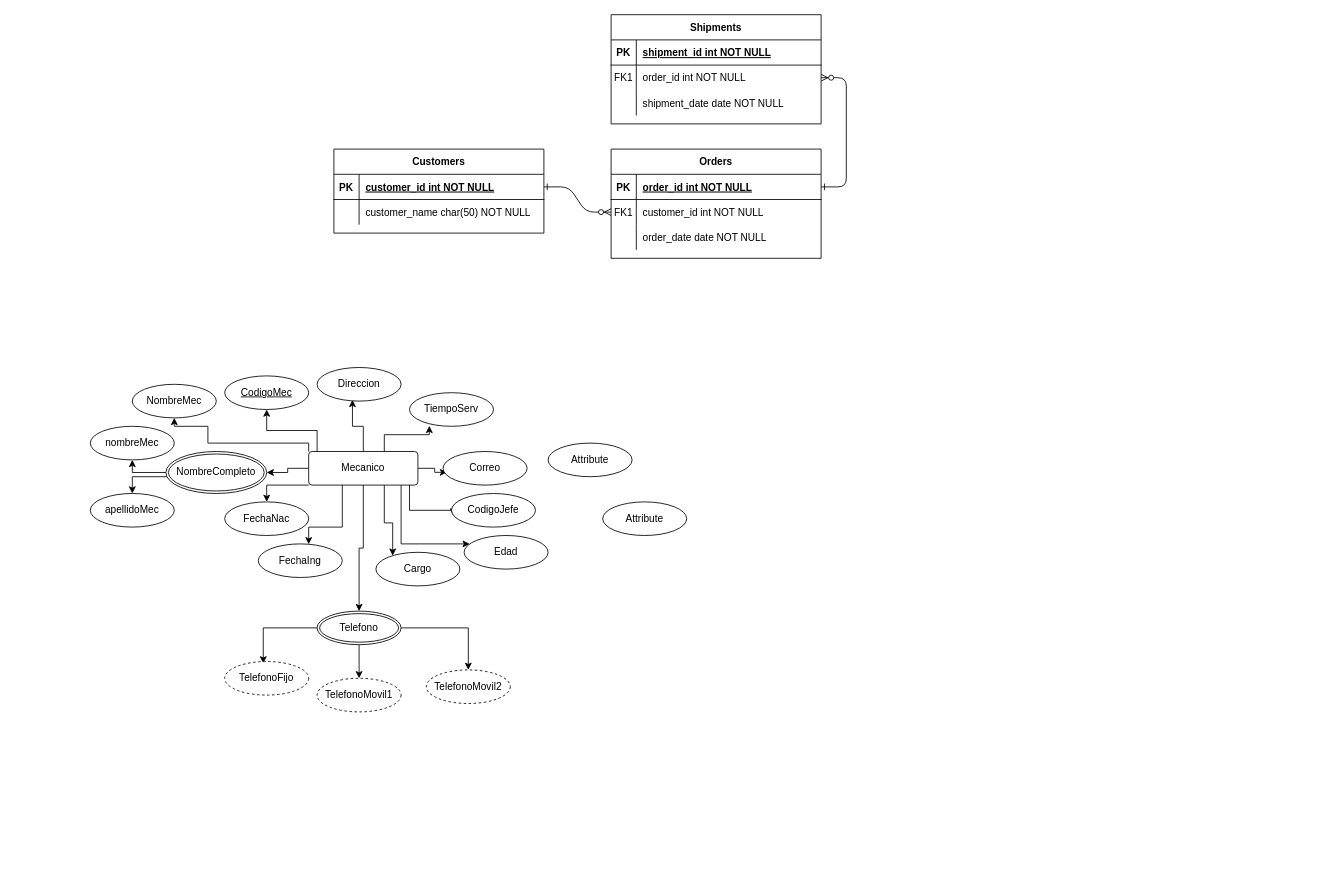
Earlier version of the draw.io diagram Diagrama sin título.drawio (grimapatroy/Repo-SQL). Source tidied: cells renumbered, new cells numbered last; positions are measured from the earlier drawing's top-left corner, leaving out a move shared by most shapes. Both pictures are drawn from the tidied source at 84%, with x=0, y=0 at pixel (90, 14).
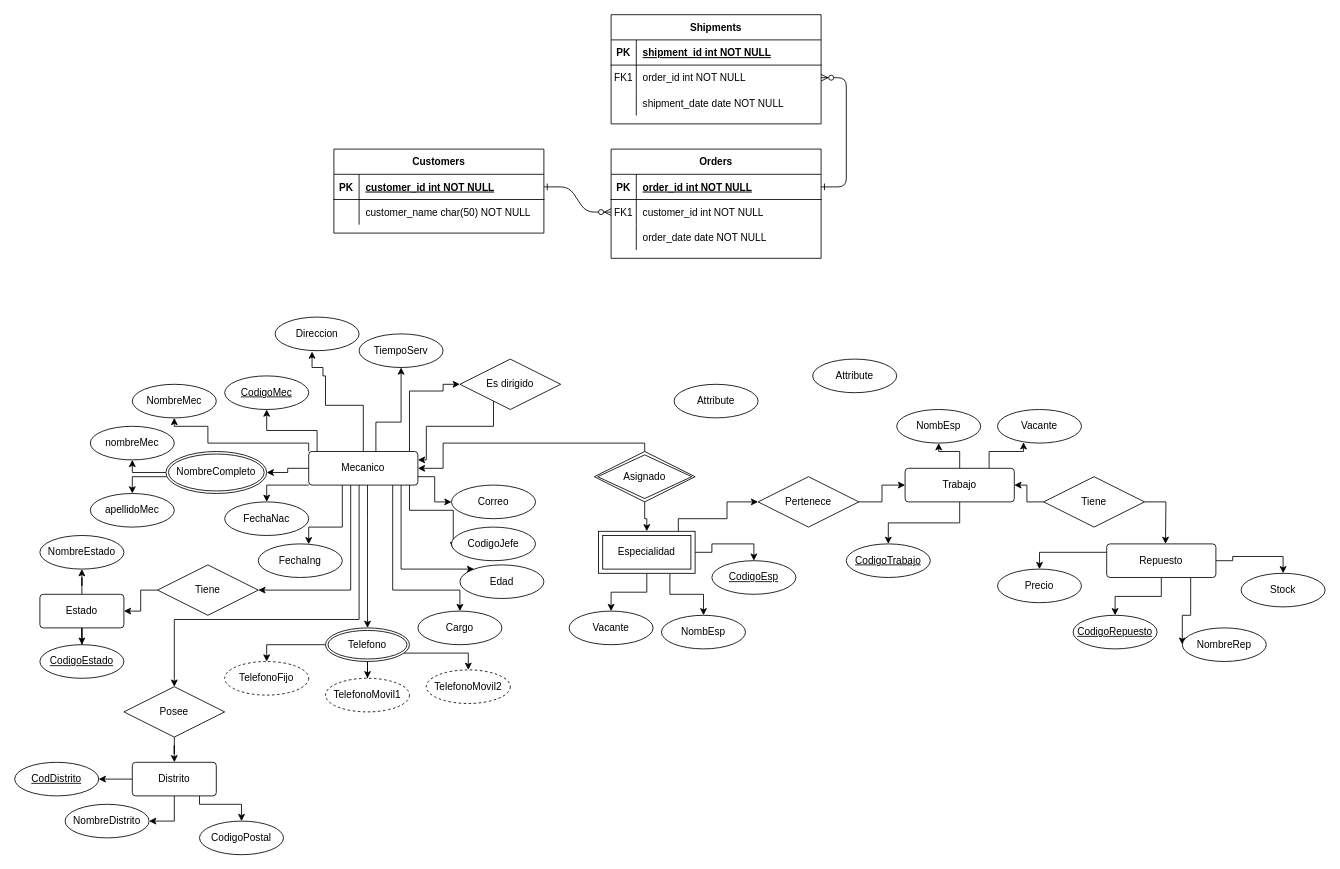
After the change.

Unchanged cells that the change refers to:
```xml
<mxCell id="43" value="Mecanico" style="rounded=1;arcSize=10;whiteSpace=wrap;html=1;align=center;" parent="1" vertex="1">
  <mxGeometry x="260" y="520" width="130" height="40" as="geometry" />
</mxCell>
<mxCell id="65" value="TelefonoFijo" style="ellipse;whiteSpace=wrap;html=1;align=center;dashed=1;" parent="1" vertex="1">
  <mxGeometry x="160" y="770" width="100" height="40" as="geometry" />
</mxCell>
<mxCell id="67" value="TelefonoMovil2" style="ellipse;whiteSpace=wrap;html=1;align=center;dashed=1;" parent="1" vertex="1">
  <mxGeometry x="400" y="780" width="100" height="40" as="geometry" />
</mxCell>
```

Change to the diagram source:
```diff
@@
     <mxCell id="35" style="edgeStyle=orthogonalEdgeStyle;rounded=0;jettySize=auto;html=1;" parent="1" edge="1" source="43" target="64">
-      <mxGeometry relative="1" as="geometry" />
+      <mxGeometry relative="1" as="geometry">
+        <Array as="points">
+          <mxPoint x="330" y="600" />
+          <mxPoint x="330" y="600" />
+        </Array>
+      </mxGeometry>
     </mxCell>
@@
     <mxCell id="37" style="edgeStyle=orthogonalEdgeStyle;rounded=0;jettySize=auto;html=1;" parent="1" edge="1" source="43" target="50">
       <mxGeometry relative="1" as="geometry">
         <Array as="points">
-          <mxPoint x="350" y="605" />
-          <mxPoint x="360" y="605" />
+          <mxPoint x="360" y="685" />
         </Array>
       </mxGeometry>
     </mxCell>
-    <mxCell id="38" style="edgeStyle=orthogonalEdgeStyle;rounded=0;jettySize=auto;html=1;entryX=0.421;entryY=0.964;entryDx=0;entryDy=0;entryPerimeter=0;" parent="1" edge="1" source="43" target="51">
-      <mxGeometry relative="1" as="geometry" />
+    <mxCell id="38" style="edgeStyle=orthogonalEdgeStyle;rounded=0;jettySize=auto;html=1;entryX=0.44;entryY=1.025;entryDx=0;entryDy=0;entryPerimeter=0;" parent="1" edge="1" source="43" target="51">
+      <mxGeometry relative="1" as="geometry">
+        <Array as="points">
+          <mxPoint x="325" y="465" />
+          <mxPoint x="280" y="465" />
+          <mxPoint x="280" y="430" />
+          <mxPoint x="277" y="430" />
+          <mxPoint x="277" y="420" />
+          <mxPoint x="264" y="420" />
+        </Array>
+      </mxGeometry>
     </mxCell>
-    <mxCell id="39" style="edgeStyle=orthogonalEdgeStyle;rounded=0;jettySize=auto;html=1;entryX=0.047;entryY=0.621;entryDx=0;entryDy=0;entryPerimeter=0;" parent="1" edge="1" source="43" target="56">
-      <mxGeometry relative="1" as="geometry" />
+    <mxCell id="39" style="edgeStyle=orthogonalEdgeStyle;rounded=0;jettySize=auto;html=1;entryX=0;entryY=0.5;entryDx=0;entryDy=0;" parent="1" edge="1" source="43" target="56">
+      <mxGeometry relative="1" as="geometry">
+        <Array as="points">
+          <mxPoint x="410" y="550" />
+          <mxPoint x="410" y="580" />
+        </Array>
+      </mxGeometry>
     </mxCell>
-    <mxCell id="40" style="edgeStyle=orthogonalEdgeStyle;rounded=0;jettySize=auto;html=1;entryX=0.236;entryY=0.986;entryDx=0;entryDy=0;entryPerimeter=0;" parent="1" edge="1" source="43" target="52">
+    <mxCell id="40" style="edgeStyle=orthogonalEdgeStyle;rounded=0;jettySize=auto;html=1;" parent="1" edge="1" source="43" target="52">
       <mxGeometry relative="1" as="geometry">
         <Array as="points">
-          <mxPoint x="350" y="500" />
-          <mxPoint x="404" y="500" />
+          <mxPoint x="340" y="485" />
+          <mxPoint x="370" y="485" />
         </Array>
       </mxGeometry>
     </mxCell>
@@
     <mxCell id="42" style="edgeStyle=orthogonalEdgeStyle;rounded=0;jettySize=auto;html=1;" parent="1" edge="1" source="43" target="49">
       <mxGeometry relative="1" as="geometry">
         <Array as="points">
-          <mxPoint x="370" y="630" />
+          <mxPoint x="370" y="660" />
         </Array>
       </mxGeometry>
     </mxCell>
+    <mxCell id="68" style="edgeStyle=orthogonalEdgeStyle;rounded=0;jettySize=auto;html=1;entryX=1;entryY=0.5;entryDx=0;entryDy=0;" parent="1" edge="1" source="43" target="77">
+      <mxGeometry relative="1" as="geometry">
+        <Array as="points">
+          <mxPoint x="310" y="685" />
+        </Array>
+      </mxGeometry>
+    </mxCell>
+    <mxCell id="69" style="edgeStyle=orthogonalEdgeStyle;rounded=0;jettySize=auto;html=1;" parent="1" edge="1" source="43" target="79">
+      <mxGeometry relative="1" as="geometry">
+        <Array as="points">
+          <mxPoint x="320" y="720" />
+          <mxPoint x="100" y="720" />
+        </Array>
+      </mxGeometry>
+    </mxCell>
+    <mxCell id="70" style="edgeStyle=orthogonalEdgeStyle;rounded=0;jettySize=auto;html=1;entryX=0;entryY=0.5;entryDx=0;entryDy=0;" parent="1" edge="1" source="43" target="88">
+      <mxGeometry relative="1" as="geometry">
+        <Array as="points">
+          <mxPoint x="380" y="448" />
+          <mxPoint x="420" y="448" />
+        </Array>
+      </mxGeometry>
+    </mxCell>
@@
     <mxCell id="49" value="Edad" style="ellipse;whiteSpace=wrap;html=1;align=center;" parent="1" vertex="1">
-      <mxGeometry x="445" y="620" width="100" height="40" as="geometry" />
+      <mxGeometry x="440" y="655" width="100" height="40" as="geometry" />
     </mxCell>
     <mxCell id="50" value="Cargo" style="ellipse;whiteSpace=wrap;html=1;align=center;" parent="1" vertex="1">
-      <mxGeometry x="340" y="640" width="100" height="40" as="geometry" />
+      <mxGeometry x="390" y="710" width="100" height="40" as="geometry" />
     </mxCell>
     <mxCell id="51" value="Direccion" style="ellipse;whiteSpace=wrap;html=1;align=center;" parent="1" vertex="1">
-      <mxGeometry x="270" y="420" width="100" height="40" as="geometry" />
+      <mxGeometry x="220" y="360" width="100" height="40" as="geometry" />
     </mxCell>
     <mxCell id="52" value="TiempoServ" style="ellipse;whiteSpace=wrap;html=1;align=center;" parent="1" vertex="1">
-      <mxGeometry x="380" y="450" width="100" height="40" as="geometry" />
+      <mxGeometry x="320" y="380" width="100" height="40" as="geometry" />
     </mxCell>
     <mxCell id="53" value="CodigoJefe" style="ellipse;whiteSpace=wrap;html=1;align=center;" parent="1" vertex="1">
-      <mxGeometry x="430" y="570" width="100" height="40" as="geometry" />
+      <mxGeometry x="430" y="610" width="100" height="40" as="geometry" />
     </mxCell>
     <mxCell id="54" value="Attribute" style="ellipse;whiteSpace=wrap;html=1;align=center;" parent="1" vertex="1">
-      <mxGeometry x="610" y="580" width="100" height="40" as="geometry" />
+      <mxGeometry x="860" y="410" width="100" height="40" as="geometry" />
     </mxCell>
     <mxCell id="55" value="Attribute" style="ellipse;whiteSpace=wrap;html=1;align=center;" parent="1" vertex="1">
-      <mxGeometry x="545" y="510" width="100" height="40" as="geometry" />
+      <mxGeometry x="695" y="440" width="100" height="40" as="geometry" />
     </mxCell>
     <mxCell id="56" value="Correo" style="ellipse;whiteSpace=wrap;html=1;align=center;" parent="1" vertex="1">
-      <mxGeometry x="420" y="520" width="100" height="40" as="geometry" />
+      <mxGeometry x="430" y="560" width="100" height="40" as="geometry" />
     </mxCell>
@@
-    <mxCell id="61" style="edgeStyle=orthogonalEdgeStyle;rounded=0;jettySize=auto;html=1;entryX=0.459;entryY=0.057;entryDx=0;entryDy=0;entryPerimeter=0;" parent="1" edge="1" source="64" target="65">
+    <mxCell id="61" style="edgeStyle=orthogonalEdgeStyle;rounded=0;jettySize=auto;html=1;entryX=0.5;entryY=0;entryDx=0;entryDy=0;" parent="1" edge="1" source="64" target="65">
       <mxGeometry relative="1" as="geometry" />
     </mxCell>
@@
     <mxCell id="63" style="edgeStyle=orthogonalEdgeStyle;rounded=0;jettySize=auto;html=1;" parent="1" edge="1" source="64" target="67">
-      <mxGeometry relative="1" as="geometry" />
+      <mxGeometry relative="1" as="geometry">
+        <Array as="points">
+          <mxPoint x="450" y="760" />
+        </Array>
+      </mxGeometry>
     </mxCell>
     <mxCell id="64" value="Telefono" style="ellipse;shape=doubleEllipse;margin=3;whiteSpace=wrap;html=1;align=center;" parent="1" vertex="1">
-      <mxGeometry x="270" y="710" width="100" height="40" as="geometry" />
+      <mxGeometry x="280" y="730" width="100" height="40" as="geometry" />
     </mxCell>
@@
     <mxCell id="66" value="TelefonoMovil1" style="ellipse;whiteSpace=wrap;html=1;align=center;dashed=1;" parent="1" vertex="1">
-      <mxGeometry x="270" y="790" width="100" height="40" as="geometry" />
+      <mxGeometry x="280" y="790" width="100" height="40" as="geometry" />
     </mxCell>
@@
+    <mxCell id="71" style="edgeStyle=orthogonalEdgeStyle;rounded=0;jettySize=auto;html=1;exitX=0;exitY=0.5;exitDx=0;exitDy=0;" parent="1" edge="1" source="77" target="74">
+      <mxGeometry relative="1" as="geometry" />
+    </mxCell>
+    <mxCell id="72" style="edgeStyle=orthogonalEdgeStyle;rounded=0;jettySize=auto;html=1;" parent="1" edge="1" source="74" target="75">
+      <mxGeometry relative="1" as="geometry" />
+    </mxCell>
+    <mxCell id="73" style="edgeStyle=orthogonalEdgeStyle;rounded=0;jettySize=auto;html=1;" parent="1" edge="1" source="74" target="76">
+      <mxGeometry relative="1" as="geometry" />
+    </mxCell>
+    <mxCell id="74" value="Estado" style="rounded=1;arcSize=10;whiteSpace=wrap;html=1;align=center;" parent="1" vertex="1">
+      <mxGeometry x="-60" y="690" width="100" height="40" as="geometry" />
+    </mxCell>
+    <mxCell id="75" value="CodigoEstado" style="ellipse;whiteSpace=wrap;html=1;align=center;fontStyle=4;" parent="1" vertex="1">
+      <mxGeometry x="-60" y="750" width="100" height="40" as="geometry" />
+    </mxCell>
+    <mxCell id="76" value="NombreEstado" style="ellipse;whiteSpace=wrap;html=1;align=center;" parent="1" vertex="1">
+      <mxGeometry x="-60" y="620" width="100" height="40" as="geometry" />
+    </mxCell>
+    <mxCell id="77" value="Tiene" style="shape=rhombus;perimeter=rhombusPerimeter;whiteSpace=wrap;html=1;align=center;" parent="1" vertex="1">
+      <mxGeometry x="80" y="655" width="120" height="60" as="geometry" />
+    </mxCell>
+    <mxCell id="78" style="edgeStyle=orthogonalEdgeStyle;rounded=0;jettySize=auto;html=1;" parent="1" edge="1" source="79" target="83">
+      <mxGeometry relative="1" as="geometry" />
+    </mxCell>
+    <mxCell id="79" value="Posee" style="shape=rhombus;perimeter=rhombusPerimeter;whiteSpace=wrap;html=1;align=center;" parent="1" vertex="1">
+      <mxGeometry x="40" y="800" width="120" height="60" as="geometry" />
+    </mxCell>
+    <mxCell id="80" style="edgeStyle=orthogonalEdgeStyle;rounded=0;jettySize=auto;html=1;" parent="1" edge="1" source="83" target="84">
+      <mxGeometry relative="1" as="geometry" />
+    </mxCell>
+    <mxCell id="81" style="edgeStyle=orthogonalEdgeStyle;rounded=0;jettySize=auto;html=1;entryX=1;entryY=0.5;entryDx=0;entryDy=0;" parent="1" edge="1" source="83" target="85">
+      <mxGeometry relative="1" as="geometry" />
+    </mxCell>
+    <mxCell id="82" style="edgeStyle=orthogonalEdgeStyle;rounded=0;jettySize=auto;html=1;entryX=0.5;entryY=0;entryDx=0;entryDy=0;" parent="1" edge="1" source="83" target="86">
+      <mxGeometry relative="1" as="geometry">
+        <Array as="points">
+          <mxPoint x="130" y="940" />
+          <mxPoint x="180" y="940" />
+        </Array>
+      </mxGeometry>
+    </mxCell>
+    <mxCell id="83" value="Distrito" style="rounded=1;arcSize=10;whiteSpace=wrap;html=1;align=center;" parent="1" vertex="1">
+      <mxGeometry x="50" y="890" width="100" height="40" as="geometry" />
+    </mxCell>
+    <mxCell id="84" value="CodDistrito" style="ellipse;whiteSpace=wrap;html=1;align=center;fontStyle=4;" parent="1" vertex="1">
+      <mxGeometry x="-90" y="890" width="100" height="40" as="geometry" />
+    </mxCell>
+    <mxCell id="85" value="NombreDistrito" style="ellipse;whiteSpace=wrap;html=1;align=center;" parent="1" vertex="1">
+      <mxGeometry x="-30" y="940" width="100" height="40" as="geometry" />
+    </mxCell>
+    <mxCell id="86" value="CodigoPostal" style="ellipse;whiteSpace=wrap;html=1;align=center;" parent="1" vertex="1">
+      <mxGeometry x="130" y="960" width="100" height="40" as="geometry" />
+    </mxCell>
+    <mxCell id="87" style="edgeStyle=orthogonalEdgeStyle;rounded=0;jettySize=auto;html=1;" parent="1" edge="1" source="88" target="43">
+      <mxGeometry relative="1" as="geometry">
+        <Array as="points">
+          <mxPoint x="480" y="490" />
+          <mxPoint x="400" y="490" />
+          <mxPoint x="400" y="530" />
+        </Array>
+      </mxGeometry>
+    </mxCell>
+    <mxCell id="88" value="Es dirigido" style="shape=rhombus;perimeter=rhombusPerimeter;whiteSpace=wrap;html=1;align=center;" parent="1" vertex="1">
+      <mxGeometry x="440" y="410" width="120" height="60" as="geometry" />
+    </mxCell>
+    <mxCell id="89" style="edgeStyle=orthogonalEdgeStyle;rounded=0;jettySize=auto;html=1;entryX=1;entryY=0.5;entryDx=0;entryDy=0;exitX=0.5;exitY=0;exitDx=0;exitDy=0;" parent="1" edge="1" source="91" target="43">
+      <mxGeometry relative="1" as="geometry">
+        <Array as="points">
+          <mxPoint x="660" y="510" />
+          <mxPoint x="420" y="510" />
+          <mxPoint x="420" y="540" />
+        </Array>
+      </mxGeometry>
+    </mxCell>
+    <mxCell id="90" style="edgeStyle=orthogonalEdgeStyle;rounded=0;jettySize=auto;html=1;" parent="1" edge="1" source="91" target="96">
+      <mxGeometry relative="1" as="geometry" />
+    </mxCell>
+    <mxCell id="91" value="Asignado" style="shape=rhombus;double=1;perimeter=rhombusPerimeter;whiteSpace=wrap;html=1;align=center;" parent="1" vertex="1">
+      <mxGeometry x="600" y="520" width="120" height="60" as="geometry" />
+    </mxCell>
+    <mxCell id="92" style="edgeStyle=orthogonalEdgeStyle;rounded=0;jettySize=auto;html=1;" parent="1" edge="1" source="96" target="97">
+      <mxGeometry relative="1" as="geometry" />
+    </mxCell>
+    <mxCell id="93" style="edgeStyle=orthogonalEdgeStyle;rounded=0;jettySize=auto;html=1;" parent="1" edge="1" source="96" target="98">
+      <mxGeometry relative="1" as="geometry">
+        <Array as="points">
+          <mxPoint x="690" y="690" />
+          <mxPoint x="730" y="690" />
+        </Array>
+      </mxGeometry>
+    </mxCell>
+    <mxCell id="94" style="edgeStyle=orthogonalEdgeStyle;rounded=0;jettySize=auto;html=1;entryX=0.5;entryY=0;entryDx=0;entryDy=0;" parent="1" edge="1" source="96" target="99">
+      <mxGeometry relative="1" as="geometry" />
+    </mxCell>
+    <mxCell id="95" style="edgeStyle=orthogonalEdgeStyle;rounded=0;jettySize=auto;html=1;entryX=0;entryY=0.5;entryDx=0;entryDy=0;" parent="1" edge="1" source="96" target="105">
+      <mxGeometry relative="1" as="geometry">
+        <Array as="points">
+          <mxPoint x="700" y="600" />
+          <mxPoint x="758" y="600" />
+          <mxPoint x="758" y="580" />
+        </Array>
+      </mxGeometry>
+    </mxCell>
+    <mxCell id="96" value="Especialidad" style="shape=ext;margin=3;double=1;whiteSpace=wrap;html=1;align=center;" parent="1" vertex="1">
+      <mxGeometry x="605" y="615" width="115" height="50" as="geometry" />
+    </mxCell>
+    <mxCell id="97" value="Vacante" style="ellipse;whiteSpace=wrap;html=1;align=center;" parent="1" vertex="1">
+      <mxGeometry x="570" y="710" width="100" height="40" as="geometry" />
+    </mxCell>
+    <mxCell id="98" value="NombEsp" style="ellipse;whiteSpace=wrap;html=1;align=center;" parent="1" vertex="1">
+      <mxGeometry x="680" y="715" width="100" height="40" as="geometry" />
+    </mxCell>
+    <mxCell id="99" value="CodigoEsp" style="ellipse;whiteSpace=wrap;html=1;align=center;fontStyle=4;" parent="1" vertex="1">
+      <mxGeometry x="740" y="650" width="100" height="40" as="geometry" />
+    </mxCell>
+    <mxCell id="100" style="edgeStyle=orthogonalEdgeStyle;rounded=0;jettySize=auto;html=1;entryX=0.5;entryY=1;entryDx=0;entryDy=0;" parent="1" edge="1" source="103" target="107">
+      <mxGeometry relative="1" as="geometry" />
+    </mxCell>
+    <mxCell id="101" style="edgeStyle=orthogonalEdgeStyle;rounded=0;jettySize=auto;html=1;entryX=0.31;entryY=0.975;entryDx=0;entryDy=0;entryPerimeter=0;" parent="1" edge="1" source="103" target="108">
+      <mxGeometry relative="1" as="geometry">
+        <Array as="points">
+          <mxPoint x="1070" y="520" />
+          <mxPoint x="1111" y="520" />
+        </Array>
+      </mxGeometry>
+    </mxCell>
+    <mxCell id="102" style="edgeStyle=orthogonalEdgeStyle;rounded=0;jettySize=auto;html=1;" parent="1" edge="1" source="103" target="106">
+      <mxGeometry relative="1" as="geometry" />
+    </mxCell>
+    <mxCell id="103" value="Trabajo" style="rounded=1;arcSize=10;whiteSpace=wrap;html=1;align=center;" parent="1" vertex="1">
+      <mxGeometry x="970" y="540" width="130" height="40" as="geometry" />
+    </mxCell>
+    <mxCell id="104" style="edgeStyle=orthogonalEdgeStyle;rounded=0;jettySize=auto;html=1;entryX=0;entryY=0.5;entryDx=0;entryDy=0;" parent="1" edge="1" source="105" target="103">
+      <mxGeometry relative="1" as="geometry" />
+    </mxCell>
+    <mxCell id="105" value="Pertenece" style="shape=rhombus;perimeter=rhombusPerimeter;whiteSpace=wrap;html=1;align=center;" parent="1" vertex="1">
+      <mxGeometry x="795" y="550" width="120" height="60" as="geometry" />
+    </mxCell>
+    <mxCell id="106" value="CodigoTrabajo" style="ellipse;whiteSpace=wrap;html=1;align=center;fontStyle=4;" parent="1" vertex="1">
+      <mxGeometry x="900" y="630" width="100" height="40" as="geometry" />
+    </mxCell>
+    <mxCell id="107" value="NombEsp" style="ellipse;whiteSpace=wrap;html=1;align=center;" parent="1" vertex="1">
+      <mxGeometry x="960" y="470" width="100" height="40" as="geometry" />
+    </mxCell>
+    <mxCell id="108" value="Vacante" style="ellipse;whiteSpace=wrap;html=1;align=center;" parent="1" vertex="1">
+      <mxGeometry x="1080" y="470" width="100" height="40" as="geometry" />
+    </mxCell>
+    <mxCell id="109" value="CodigoRepuesto" style="ellipse;whiteSpace=wrap;html=1;align=center;fontStyle=4;" parent="1" vertex="1">
+      <mxGeometry x="1170" y="715" width="100" height="40" as="geometry" />
+    </mxCell>
+    <mxCell id="110" style="edgeStyle=orthogonalEdgeStyle;rounded=0;jettySize=auto;html=1;entryX=1;entryY=0.5;entryDx=0;entryDy=0;" parent="1" edge="1" source="112" target="103">
+      <mxGeometry relative="1" as="geometry" />
+    </mxCell>
+    <mxCell id="111" style="edgeStyle=orthogonalEdgeStyle;rounded=0;jettySize=auto;html=1;" parent="1" edge="1" source="112">
+      <mxGeometry relative="1" as="geometry">
+        <mxPoint x="1280" y="630" as="targetPoint" />
+      </mxGeometry>
+    </mxCell>
+    <mxCell id="112" value="Tiene" style="shape=rhombus;perimeter=rhombusPerimeter;whiteSpace=wrap;html=1;align=center;" parent="1" vertex="1">
+      <mxGeometry x="1135" y="550" width="120" height="60" as="geometry" />
+    </mxCell>
+    <mxCell id="113" style="edgeStyle=orthogonalEdgeStyle;rounded=0;jettySize=auto;html=1;" parent="1" edge="1" source="117" target="109">
+      <mxGeometry relative="1" as="geometry" />
+    </mxCell>
+    <mxCell id="114" style="edgeStyle=orthogonalEdgeStyle;rounded=0;jettySize=auto;html=1;entryX=0.5;entryY=0;entryDx=0;entryDy=0;" parent="1" edge="1" source="117" target="119">
+      <mxGeometry relative="1" as="geometry">
+        <Array as="points">
+          <mxPoint x="1130" y="640" />
+        </Array>
+      </mxGeometry>
+    </mxCell>
+    <mxCell id="115" style="edgeStyle=orthogonalEdgeStyle;rounded=0;jettySize=auto;html=1;entryX=0.5;entryY=0;entryDx=0;entryDy=0;" parent="1" edge="1" source="117" target="120">
+      <mxGeometry relative="1" as="geometry" />
+    </mxCell>
+    <mxCell id="116" style="edgeStyle=orthogonalEdgeStyle;rounded=0;jettySize=auto;html=1;" parent="1" edge="1" source="117" target="118">
+      <mxGeometry relative="1" as="geometry">
+        <Array as="points">
+          <mxPoint x="1310" y="715" />
+          <mxPoint x="1300" y="715" />
+        </Array>
+      </mxGeometry>
+    </mxCell>
+    <mxCell id="117" value="Repuesto" style="rounded=1;arcSize=10;whiteSpace=wrap;html=1;align=center;" parent="1" vertex="1">
+      <mxGeometry x="1210" y="630" width="130" height="40" as="geometry" />
+    </mxCell>
+    <mxCell id="118" value="NombreRep" style="ellipse;whiteSpace=wrap;html=1;align=center;" parent="1" vertex="1">
+      <mxGeometry x="1300" y="730" width="100" height="40" as="geometry" />
+    </mxCell>
+    <mxCell id="119" value="Precio" style="ellipse;whiteSpace=wrap;html=1;align=center;" parent="1" vertex="1">
+      <mxGeometry x="1080" y="660" width="100" height="40" as="geometry" />
+    </mxCell>
+    <mxCell id="120" value="Stock" style="ellipse;whiteSpace=wrap;html=1;align=center;" parent="1" vertex="1">
+      <mxGeometry x="1370" y="665" width="100" height="40" as="geometry" />
+    </mxCell>
```
